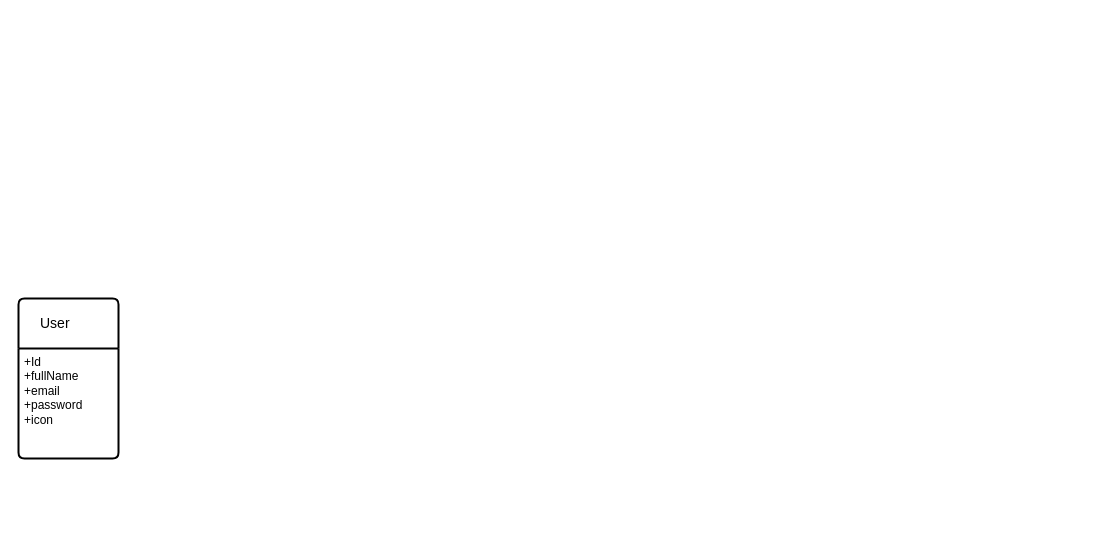
sarveshgandhi/octagn keeps this draw.io diagram as Untitled Diagram.drawio. Above is the earlier version. Source tidied: cells renumbered, new cells numbered last; positions are measured from the earlier drawing's top-left corner, leaving out a move shared by most shapes. Both pictures are drawn from the tidied source at 100%, with x=0, y=0 at pixel (18, 298).
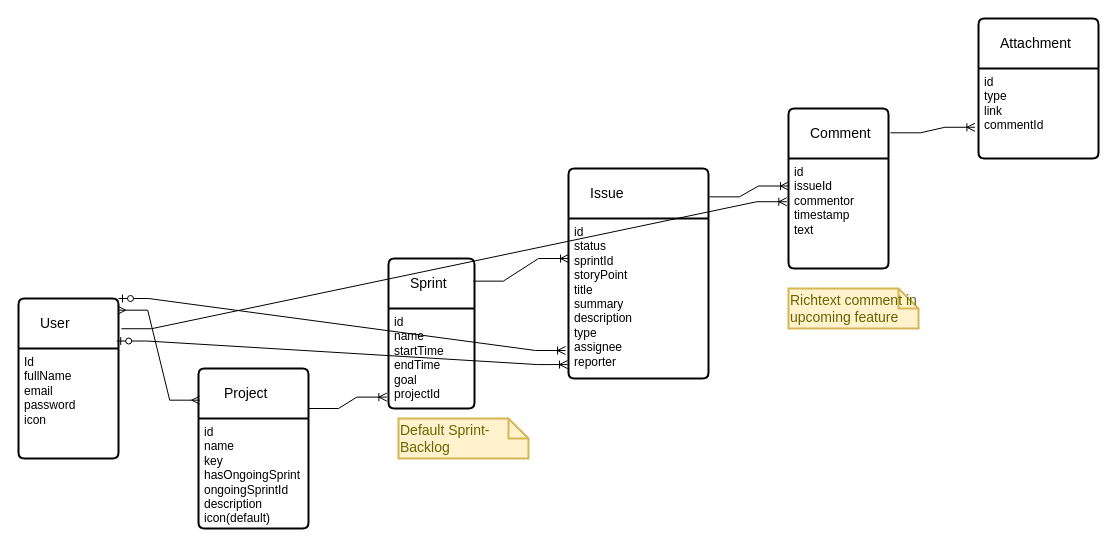
The same diagram, later.

The change refers to these unchanged cells:
```xml
<mxCell id="2" value="User" style="swimlane;horizontal=1;startSize=50;rounded=1;fontSize=14;fontStyle=0;strokeWidth=2;shadow=0;dashed=0;align=left;arcSize=4;whiteSpace=wrap;html=1;spacing=22;" parent="1" vertex="1">
  <mxGeometry width="100" height="160" as="geometry" />
</mxCell>
```

Diff of the diagram source:
```diff
@@
-    <mxCell id="3" value="&lt;font style=&quot;font-size: 12px;&quot;&gt;+Id&lt;br&gt;+fullName&lt;/font&gt;&lt;div&gt;&lt;font style=&quot;font-size: 12px;&quot;&gt;+email&lt;/font&gt;&lt;/div&gt;&lt;div&gt;&lt;font style=&quot;font-size: 12px;&quot;&gt;+password&lt;/font&gt;&lt;/div&gt;&lt;div&gt;&lt;font style=&quot;font-size: 12px;&quot;&gt;+icon&lt;/font&gt;&lt;/div&gt;" style="align=left;strokeColor=none;fillColor=none;spacingLeft=4;fontSize=12;verticalAlign=top;html=1;" parent="2" vertex="1">
+    <mxCell id="3" value="&lt;font style=&quot;font-size: 12px;&quot;&gt;Id&lt;br&gt;fullName&lt;/font&gt;&lt;div&gt;&lt;font style=&quot;font-size: 12px;&quot;&gt;email&lt;/font&gt;&lt;/div&gt;&lt;div&gt;&lt;font style=&quot;font-size: 12px;&quot;&gt;password&lt;/font&gt;&lt;/div&gt;&lt;div&gt;&lt;font style=&quot;font-size: 12px;&quot;&gt;icon&lt;/font&gt;&lt;/div&gt;" style="align=left;strokeColor=none;fillColor=none;spacingLeft=4;fontSize=12;verticalAlign=top;html=1;" parent="2" vertex="1">
       <mxGeometry y="50" width="100" height="110" as="geometry" />
     </mxCell>
+    <mxCell id="4" value="&lt;span id=&quot;docs-internal-guid-b362fcdb-7fff-917d-6e88-48ba830d9adc&quot;&gt;&amp;nbsp;Project&lt;/span&gt;" style="swimlane;horizontal=1;startSize=50;rounded=1;fontSize=14;fontStyle=0;strokeWidth=2;shadow=0;dashed=0;align=left;arcSize=4;whiteSpace=wrap;html=1;spacing=22;" parent="1" vertex="1">
+      <mxGeometry x="180" y="70" width="110" height="160" as="geometry" />
+    </mxCell>
+    <mxCell id="5" value="&lt;span style=&quot;background-color: initial;&quot;&gt;id&lt;br&gt;name&lt;br&gt;key&lt;br&gt;hasOngoingSprint&lt;br&gt;&lt;/span&gt;&lt;div&gt;ongoingSprintId&lt;/div&gt;&lt;div&gt;description&lt;/div&gt;&lt;div&gt;icon(default)&lt;/div&gt;&lt;div&gt;&lt;br&gt;&lt;/div&gt;" style="align=left;strokeColor=none;fillColor=none;spacingLeft=4;fontSize=12;verticalAlign=top;html=1;" parent="4" vertex="1">
+      <mxGeometry y="50" width="110" height="110" as="geometry" />
+    </mxCell>
+    <mxCell id="6" value="&lt;span id=&quot;docs-internal-guid-b362fcdb-7fff-917d-6e88-48ba830d9adc&quot;&gt;Sprint&lt;/span&gt;" style="swimlane;horizontal=1;startSize=50;rounded=1;fontSize=14;fontStyle=0;strokeWidth=2;shadow=0;dashed=0;align=left;arcSize=4;whiteSpace=wrap;html=1;spacing=22;" parent="1" vertex="1">
+      <mxGeometry x="370" y="-40" width="86" height="150" as="geometry" />
+    </mxCell>
+    <mxCell id="7" value="&lt;span style=&quot;background-color: initial;&quot;&gt;id&lt;br&gt;name&lt;br&gt;&lt;/span&gt;&lt;span style=&quot;background-color: initial;&quot;&gt;startTime &lt;br&gt;endTime&lt;br&gt;goal&lt;br&gt;projectId&lt;br&gt;&lt;/span&gt;" style="align=left;strokeColor=none;fillColor=none;spacingLeft=4;fontSize=12;verticalAlign=top;html=1;" parent="6" vertex="1">
+      <mxGeometry y="50" width="86" height="100" as="geometry" />
+    </mxCell>
+    <mxCell id="8" value="Comment" style="swimlane;horizontal=1;startSize=50;rounded=1;fontSize=14;fontStyle=0;strokeWidth=2;shadow=0;dashed=0;align=left;arcSize=4;whiteSpace=wrap;html=1;spacing=22;" parent="1" vertex="1">
+      <mxGeometry x="770" y="-190" width="100" height="160" as="geometry" />
+    </mxCell>
+    <mxCell id="9" value="&lt;div&gt;id&lt;/div&gt;&lt;div&gt;issueId&lt;/div&gt;&lt;div&gt;commentor&lt;/div&gt;&lt;div&gt;timestamp&lt;/div&gt;&lt;div&gt;text&lt;/div&gt;" style="align=left;strokeColor=none;fillColor=none;spacingLeft=4;fontSize=12;verticalAlign=top;html=1;" parent="8" vertex="1">
+      <mxGeometry y="50" width="100" height="110" as="geometry" />
+    </mxCell>
+    <mxCell id="10" value="&lt;span id=&quot;docs-internal-guid-b362fcdb-7fff-917d-6e88-48ba830d9adc&quot;&gt;Issue&lt;/span&gt;" style="swimlane;horizontal=1;startSize=50;rounded=1;fontSize=14;fontStyle=0;strokeWidth=2;shadow=0;dashed=0;align=left;arcSize=4;whiteSpace=wrap;html=1;spacing=22;" parent="1" vertex="1">
+      <mxGeometry x="550" y="-130" width="140" height="210" as="geometry" />
+    </mxCell>
+    <mxCell id="11" value="&lt;div&gt;id&lt;/div&gt;&lt;div&gt;status&lt;/div&gt;&lt;div&gt;sprintId&lt;/div&gt;&lt;div&gt;storyPoint&lt;/div&gt;&lt;div&gt;title&lt;/div&gt;&lt;div&gt;summary&lt;/div&gt;&lt;div&gt;description&lt;/div&gt;&lt;div&gt;type&lt;/div&gt;&lt;div&gt;assignee&lt;/div&gt;&lt;div&gt;reporter&lt;/div&gt;" style="align=left;strokeColor=none;fillColor=none;spacingLeft=4;fontSize=12;verticalAlign=top;html=1;" parent="10" vertex="1">
+      <mxGeometry y="50" width="140" height="160" as="geometry" />
+    </mxCell>
+    <mxCell id="12" value="Attachment" style="swimlane;horizontal=1;startSize=50;rounded=1;fontSize=14;fontStyle=0;strokeWidth=2;shadow=0;dashed=0;align=left;arcSize=4;whiteSpace=wrap;html=1;spacing=22;" parent="1" vertex="1">
+      <mxGeometry x="960" y="-280" width="120" height="140" as="geometry" />
+    </mxCell>
+    <mxCell id="13" value="&lt;div&gt;id&lt;/div&gt;&lt;div&gt;type&lt;/div&gt;&lt;div&gt;link&lt;/div&gt;&lt;div&gt;commentId&lt;/div&gt;" style="align=left;strokeColor=none;fillColor=none;spacingLeft=4;fontSize=12;verticalAlign=top;html=1;" parent="12" vertex="1">
+      <mxGeometry y="50" width="120" height="90" as="geometry" />
+    </mxCell>
+    <mxCell id="14" value="Default Sprint- Backlog" style="shape=note;strokeWidth=2;fontSize=14;size=20;whiteSpace=wrap;html=1;fillColor=#fff2cc;strokeColor=#d6b656;fontColor=#666600;align=left;" parent="1" vertex="1">
+      <mxGeometry x="380" y="120" width="130" height="40" as="geometry" />
+    </mxCell>
+    <mxCell id="15" style="edgeStyle=entityRelationEdgeStyle;fontSize=12;html=1;endArrow=ERoneToMany;rounded=0;entryX=0;entryY=0.25;entryDx=0;entryDy=0;exitX=1.006;exitY=0.135;exitDx=0;exitDy=0;exitPerimeter=0;" parent="1" edge="1" source="10" target="9">
+      <mxGeometry relative="1" as="geometry" />
+    </mxCell>
+    <mxCell id="16" style="edgeStyle=entityRelationEdgeStyle;fontSize=12;html=1;endArrow=ERoneToMany;rounded=0;exitX=1.02;exitY=0.152;exitDx=0;exitDy=0;exitPerimeter=0;entryX=-0.03;entryY=0.653;entryDx=0;entryDy=0;entryPerimeter=0;" parent="1" edge="1" source="8" target="13">
+      <mxGeometry relative="1" as="geometry" />
+    </mxCell>
+    <mxCell id="17" style="edgeStyle=entityRelationEdgeStyle;fontSize=12;html=1;endArrow=ERoneToMany;rounded=0;entryX=0;entryY=0.25;entryDx=0;entryDy=0;exitX=0.986;exitY=0.151;exitDx=0;exitDy=0;exitPerimeter=0;" parent="1" edge="1" source="6" target="11">
+      <mxGeometry relative="1" as="geometry" />
+    </mxCell>
+    <mxCell id="18" style="edgeStyle=entityRelationEdgeStyle;fontSize=12;html=1;endArrow=ERoneToMany;rounded=0;entryX=-0.019;entryY=0.886;entryDx=0;entryDy=0;entryPerimeter=0;exitX=1;exitY=0.25;exitDx=0;exitDy=0;" parent="1" edge="1" source="4" target="7">
+      <mxGeometry relative="1" as="geometry" />
+    </mxCell>
+    <mxCell id="19" style="edgeStyle=entityRelationEdgeStyle;fontSize=12;html=1;endArrow=ERmany;startArrow=ERmany;rounded=0;entryX=0.011;entryY=0.198;entryDx=0;entryDy=0;entryPerimeter=0;exitX=0.992;exitY=0.073;exitDx=0;exitDy=0;exitPerimeter=0;" parent="1" edge="1" source="2" target="4">
+      <mxGeometry relative="1" as="geometry" />
+    </mxCell>
+    <mxCell id="20" style="edgeStyle=entityRelationEdgeStyle;fontSize=12;html=1;endArrow=ERoneToMany;startArrow=ERzeroToOne;rounded=0;exitX=1;exitY=0;exitDx=0;exitDy=0;entryX=-0.021;entryY=0.825;entryDx=0;entryDy=0;entryPerimeter=0;" parent="1" edge="1" source="2" target="11">
+      <mxGeometry relative="1" as="geometry" />
+    </mxCell>
+    <mxCell id="21" style="edgeStyle=entityRelationEdgeStyle;fontSize=12;html=1;endArrow=ERoneToMany;startArrow=ERzeroToOne;rounded=0;entryX=-0.007;entryY=0.913;entryDx=0;entryDy=0;entryPerimeter=0;exitX=0.982;exitY=-0.068;exitDx=0;exitDy=0;exitPerimeter=0;" parent="1" edge="1" source="3" target="11">
+      <mxGeometry relative="1" as="geometry" />
+    </mxCell>
+    <mxCell id="22" style="edgeStyle=entityRelationEdgeStyle;fontSize=12;html=1;endArrow=ERoneToMany;rounded=0;exitX=1.029;exitY=0.189;exitDx=0;exitDy=0;exitPerimeter=0;entryX=-0.017;entryY=0.393;entryDx=0;entryDy=0;entryPerimeter=0;" parent="1" edge="1" source="2" target="9">
+      <mxGeometry relative="1" as="geometry" />
+    </mxCell>
+    <mxCell id="23" value="Richtext comment in upcoming feature" style="shape=note;strokeWidth=2;fontSize=14;size=20;whiteSpace=wrap;html=1;fillColor=#fff2cc;strokeColor=#d6b656;fontColor=#666600;align=left;" parent="1" vertex="1">
+      <mxGeometry x="770" y="-10" width="130" height="40" as="geometry" />
+    </mxCell>
```
